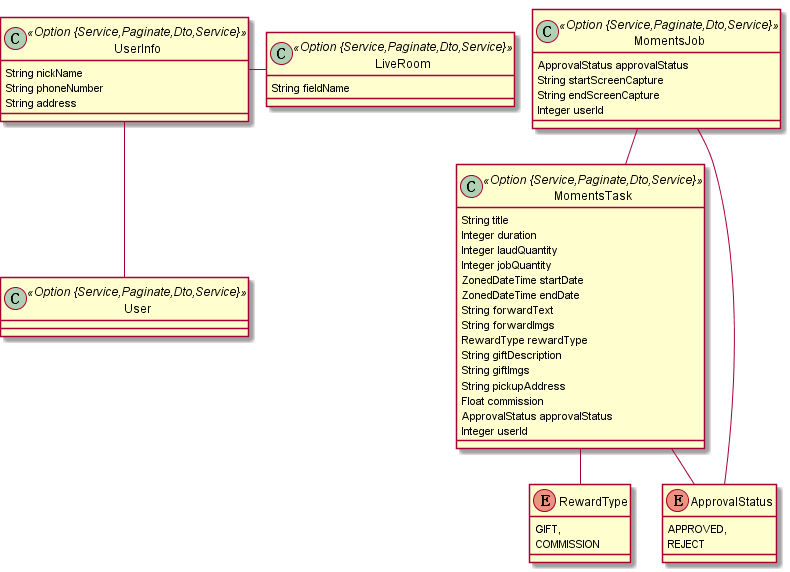
This is models/uaav1.png from lsfoo/share-task, a PlantUML export, as it was before one commit.
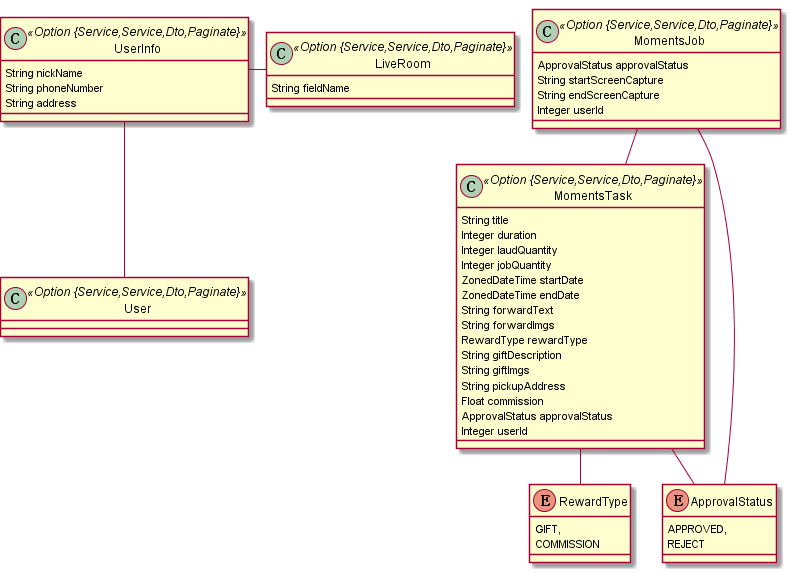
The same diagram one commit later.

What changed in the source:
```diff
@@ -1,15 +1,15 @@
 @startuml
 	!pragma graphviz_dot jdot
 	!pragma syntax class
-	class UserInfo <<Option {Service,Paginate,Dto,Service}>> {
+	class UserInfo <<Option {Service,Service,Dto,Paginate}>> {
 		String nickName
 		String phoneNumber
 		String address
 	}
-	class LiveRoom <<Option {Service,Paginate,Dto,Service}>> {
+	class LiveRoom <<Option {Service,Service,Dto,Paginate}>> {
 		String fieldName
 	}
-	class MomentsTask <<Option {Service,Paginate,Dto,Service}>> {
+	class MomentsTask <<Option {Service,Service,Dto,Paginate}>> {
 		String title
 		Integer duration
 		Integer laudQuantity
@@ -36,7 +36,7 @@
 		APPROVED,
 		REJECT
 	}
-	class MomentsJob <<Option {Service,Paginate,Dto,Service}>> {
+	class MomentsJob <<Option {Service,Service,Dto,Paginate}>> {
 		ApprovalStatus approvalStatus
 		String startScreenCapture
 		String endScreenCapture
@@ -44,6 +44,6 @@
 	}
 	MomentsJob ..> ApprovalStatus
 	MomentsJob  "task(title) 0..* " o-- "0..1 "  MomentsTask
-	class User <<Option {Service,Paginate,Dto,Service}>> {
+	class User <<Option {Service,Service,Dto,Paginate}>> {
 	}
 @enduml
```
